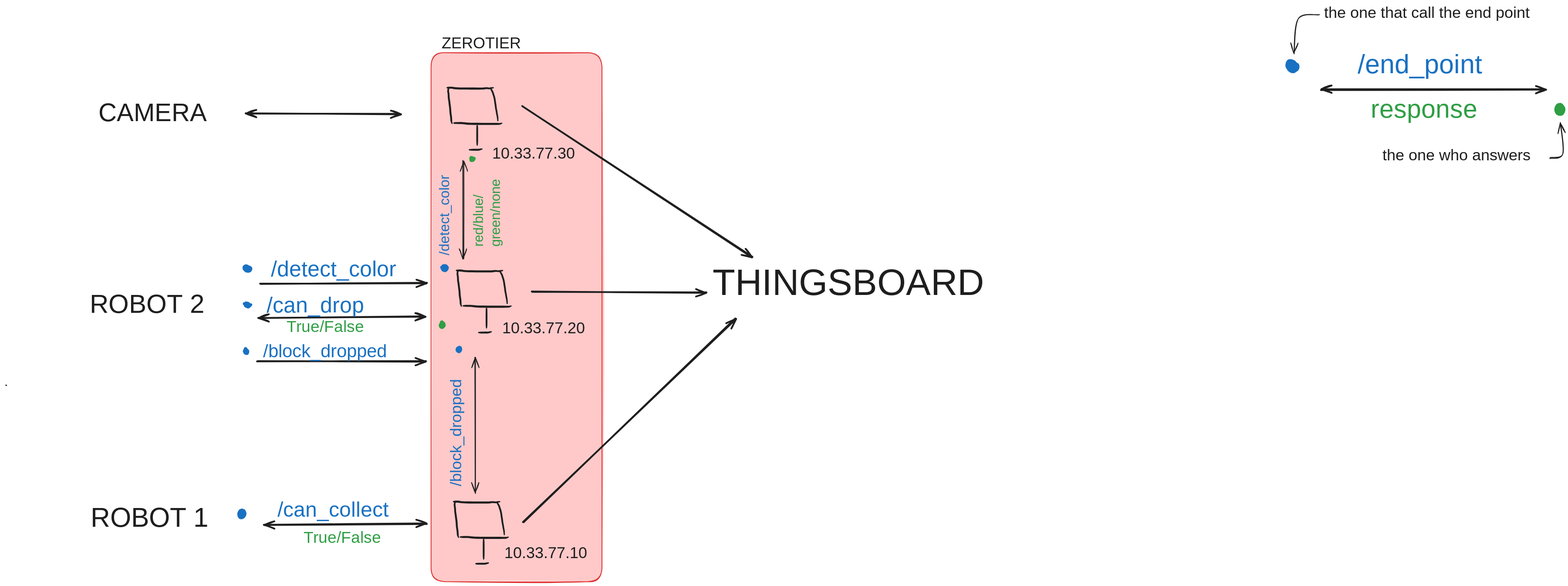
This is docs/_sheme/data-flow.excalidraw.svg from ErPollo07/ProgettoRobotica, a Excalidraw export, as it was before one commit. Source tidied: one line per element, renumbered; positions are measured from the earlier drawing's top-left corner, leaving out a move shared by most shapes.
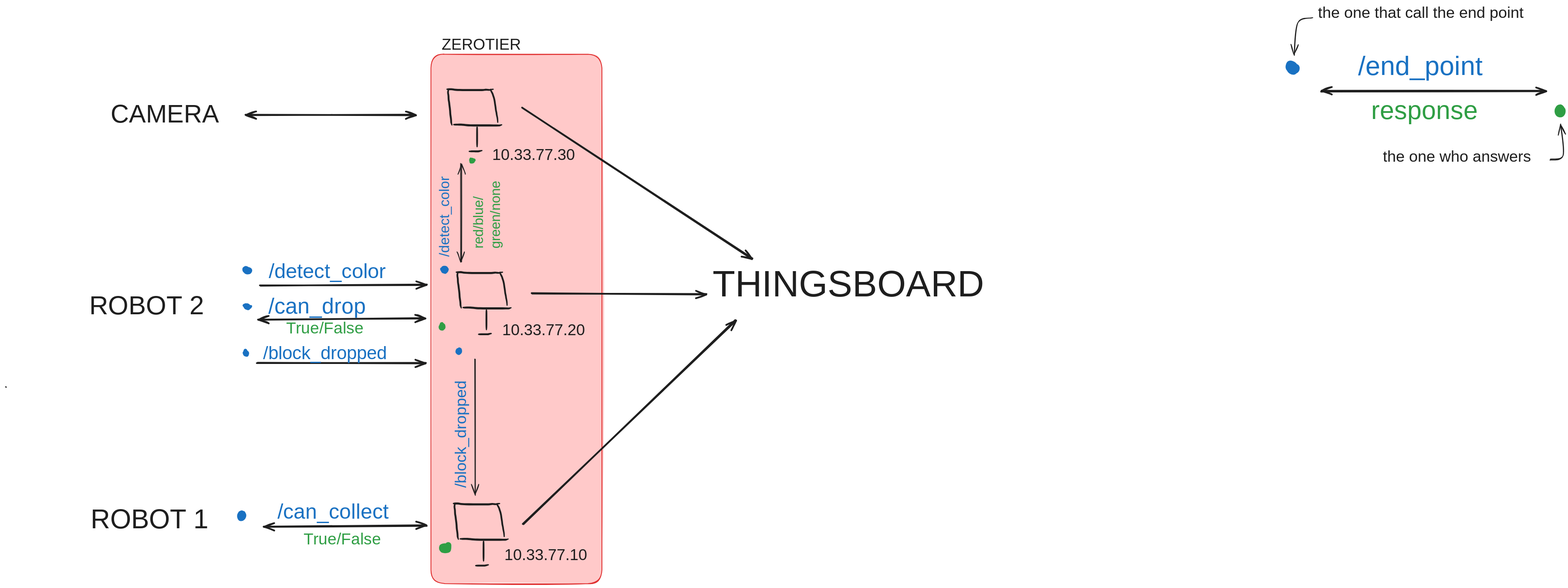
Later version of the same file.

Diff of the diagram source:
```diff
@@ -6,7 +6,7 @@
 {"id": 5, "type": "freedraw", "strokeColor": "#1e1e1e", "strokeWidth": 1, "roughness": 1, "x": 1079, "y": 337, "width": 30, "height": 2, "points": [[0, 0], [2, 0], [4, 0], [6, 0], [10, 0], [12, 0], [14, 0], [18, 0], [22, 0], [24, 0], [28, -2], [30, -2], [30, -2]]}
 {"id": 6, "type": "freedraw", "strokeColor": "#1e1e1e", "strokeWidth": 1, "roughness": 1, "x": 1129, "y": 197, "width": 18, "height": 78, "points": [[0, 0], [0, -2], [-2, -2], [-2, -4], [0, -4], [0, -2], [0, 0], [2, 0], [2, 4], [6, 10], [6, 14], [8, 18], [10, 28], [10, 34], [12, 44], [12, 50], [14, 54], [14, 60], [16, 66], [16, 70], [16, 74], [16, 74]]}
 {"id": 7, "type": "freedraw", "strokeColor": "#1e1e1e", "strokeWidth": 1, "roughness": 1, "x": 4, "y": 884, "width": 4, "height": 1, "points": [[0, 0], [-1, 0], [-3, -1], [-4, -1], [-3, -1], [0, 0]]}
-{"id": 8, "type": "arrow", "strokeColor": "#1e1e1e", "strokeWidth": 4, "roughness": 1, "startArrowhead": "arrow", "endArrowhead": "arrow", "round": true, "x": 561, "y": 253, "width": 358, "height": 1, "points": [[0, 0], [358, 1]]}
+{"id": 8, "type": "arrow", "strokeColor": "#1e1e1e", "strokeWidth": 4, "roughness": 1, "startArrowhead": "arrow", "endArrowhead": "arrow", "round": true, "x": 561, "y": 253, "width": 393, "height": 0, "points": [[0, 0], [393, 0]]}
 {"id": 9, "type": "freedraw", "strokeColor": "#1e1e1e", "strokeWidth": 1, "roughness": 1, "x": 1053, "y": 618, "width": 10, "height": 84, "points": [[0, 0], [0, 2], [-2, 4], [-2, 6], [-2, 12], [0, 16], [0, 20], [0, 30], [2, 34], [2, 40], [4, 52], [4, 58], [4, 62], [6, 72], [6, 74], [6, 78], [6, 80], [8, 84], [8, 84]]}
 {"id": 10, "type": "freedraw", "strokeColor": "#1e1e1e", "strokeWidth": 1, "roughness": 1, "x": 1049, "y": 618, "width": 110, "height": 4, "points": [[0, 0], [0, -2], [-2, -2], [0, 0], [2, 0], [4, 0], [12, 0], [16, 0], [20, 2], [32, 2], [38, 2], [46, 2], [60, 2], [66, 2], [74, 2], [84, 2], [90, 2], [94, 0], [100, 2], [102, 2], [104, 0], [106, 0], [108, 0], [108, 0]]}
 {"id": 11, "type": "freedraw", "strokeColor": "#1e1e1e", "strokeWidth": 1, "roughness": 1, "x": 1065, "y": 700, "width": 112, "height": 4, "points": [[0, 0], [2, -2], [4, 0], [6, 0], [8, 0], [14, 0], [18, 0], [22, 0], [34, 2], [40, 2], [48, 2], [56, 2], [70, 2], [78, 2], [84, 2], [96, 2], [100, 2], [108, 2], [110, 2], [112, 0], [112, 0]]}
@@ -25,13 +25,13 @@
 {"id": 24, "type": "arrow", "strokeColor": "#1e1e1e", "strokeWidth": 4, "roughness": 1, "startArrowhead": "arrow", "endArrowhead": "arrow", "round": true, "to": 0, "x": 602, "y": 1207, "width": 378, "height": 3, "points": [[0, 0], [378, -3]]}
 {"id": 25, "type": "text", "text": "/can_collect", "strokeColor": "#1971c2", "strokeWidth": 1, "roughness": 1, "fontSize": 48.8, "fontFamily": 5, "x": 633, "y": 1146, "width": 298, "height": 61}
 {"id": 26, "type": "text", "text": "True/False", "strokeColor": "#2f9e44", "strokeWidth": 1, "roughness": 1, "fontSize": 37.25, "fontFamily": 5, "x": 694, "y": 1216, "width": 198, "height": 47}
-{"id": 27, "type": "text", "text": "/detect_color", "strokeColor": "#1971c2", "strokeWidth": 1, "roughness": 1, "fontSize": 50.85, "fontFamily": 5, "x": 618, "y": 586, "width": 360, "height": 64}
+{"id": 27, "type": "text", "text": "/detect_color", "strokeColor": "#1971c2", "strokeWidth": 1, "roughness": 1, "fontSize": 47.91, "fontFamily": 5, "x": 614, "y": 589, "width": 339, "height": 60}
-{"id": 28, "type": "text", "text": "/can_drop", "strokeColor": "#1971c2", "strokeWidth": 1, "roughness": 1, "fontSize": 50.17, "fontFamily": 5, "x": 608, "y": 671, "width": 248, "height": 63}
+{"id": 28, "type": "text", "text": "/can_drop", "strokeColor": "#1971c2", "strokeWidth": 1, "roughness": 1, "fontSize": 50.17, "fontFamily": 5, "x": 613, "y": 669, "width": 248, "height": 63}
 {"id": 29, "type": "text", "text": "True/False", "strokeColor": "#2f9e44", "strokeWidth": 1, "roughness": 1, "fontSize": 37.25, "fontFamily": 5, "x": 654, "y": 727, "width": 198, "height": 47}
 {"id": 30, "type": "text", "text": "/block_dropped", "strokeColor": "#1971c2", "strokeWidth": 1, "roughness": 1, "fontSize": 42.83, "fontFamily": 5, "x": 600, "y": 781, "width": 320, "height": 54}
 {"id": 31, "type": "text", "text": "ROBOT 2", "strokeColor": "#1e1e1e", "strokeWidth": 1, "roughness": 1, "fontSize": 60.64, "fontFamily": 5, "x": 197, "y": 662, "width": 300, "height": 76}
-{"id": 32, "type": "text", "text": "CAMERA", "strokeColor": "#1e1e1e", "strokeWidth": 1, "roughness": 1, "fontSize": 58.16, "fontFamily": 5, "x": 218, "y": 219, "width": 242, "height": 73}
+{"id": 32, "type": "text", "text": "CAMERA", "strokeColor": "#1e1e1e", "strokeWidth": 1, "roughness": 1, "fontSize": 58.16, "fontFamily": 5, "x": 247, "y": 219, "width": 242, "height": 73}
-{"id": 33, "type": "arrow", "strokeColor": "#1e1e1e", "strokeWidth": 2, "roughness": 1, "startArrowhead": "arrow", "endArrowhead": "arrow", "round": true, "x": 1064, "y": 590, "width": 0, "height": 228, "points": [[0, 0], [0, -228]]}
+{"id": 33, "type": "arrow", "strokeColor": "#1e1e1e", "strokeWidth": 2, "roughness": 1, "startArrowhead": "arrow", "endArrowhead": "arrow", "round": true, "x": 1059, "y": 593, "width": 0, "height": 228, "points": [[0, 0], [0, -228]]}
 {"id": 34, "type": "freedraw", "strokeColor": "#1971c2", "strokeWidth": 2, "roughness": 1, "x": 566, "y": 615, "width": 16, "height": 12, "points": [[0, 0], [-2, 2], [-4, -2], [-2, -6], [2, -6], [6, -2], [4, 2], [2, 4], [-2, 4], [-6, 4], [-8, 0], [-10, -2], [-10, -6], [-6, -8], [-2, -8], [0, -4], [0, 0], [-2, 4], [-6, 4], [-8, 0], [-8, -4], [-6, -8], [-4, -6], [-4, -2], [-6, 0], [-10, 0], [0, 0]]}
 {"id": 35, "type": "freedraw", "strokeColor": "#1971c2", "strokeWidth": 2, "roughness": 1, "x": 572, "y": 697, "width": 16, "height": 10, "points": [[0, 0], [-2, 2], [-4, 4], [-6, 4], [-8, 2], [-6, 0], [-4, -2], [-4, 2], [-6, 4], [-10, 2], [-12, -2], [-10, -4], [-6, -4], [-4, 0], [-4, 4], [-6, 6], [-10, 6], [-12, 2], [-14, -2], [-10, -4], [-8, 0], [-10, 4], [-14, 0], [-12, -2], [-10, -2], [-8, 2], [-10, 4], [-14, 2], [-14, -2], [-14, -2], [-10, 0], [-10, 4], [-14, 2], [0, 0]]}
 {"id": 36, "type": "freedraw", "strokeColor": "#1971c2", "strokeWidth": 2, "roughness": 1, "x": 564, "y": 809, "width": 12, "height": 12, "points": [[0, 0], [-2, 0], [-2, -2], [-2, -4], [-2, -2], [-2, 0], [-2, 2], [-4, 2], [-6, 0], [-6, -2], [-8, -2], [-8, -4], [-8, -6], [-6, -8], [-4, -8], [-2, -6], [0, -6], [0, -4], [2, -2], [0, -2], [0, 0], [-2, 0], [-2, -2], [-4, -2], [-6, -4], [-6, -6], [-6, -8], [-6, -10], [-4, -10], [-4, -8], [-2, -8], [-2, -6], [0, -6], [0, -4], [0, -2], [0, 0], [0, 2], [-2, 2], [-4, 2], [-4, 0], [-6, 0], [-8, -2], [-8, -4], [-10, -4], [-10, -6], [-8, -6], [0, 0]]}
@@ -44,9 +44,9 @@
 {"id": 43, "type": "text", "text": "/detect_color", "strokeColor": "#1971c2", "angle": 4.71, "strokeWidth": 2, "roughness": 1, "fontSize": 32.38, "fontFamily": 5, "x": 913, "y": 451, "width": 221, "height": 40}
 {"id": 44, "type": "text", "text": "red/blue/\ngreen/none", "strokeColor": "#2f9e44", "angle": 4.71, "strokeWidth": 2, "roughness": 1, "fontSize": 31.67, "fontFamily": 5, "x": 1038, "y": 439, "width": 168, "height": 79}
 {"id": 45, "type": "text", "text": "ROBOT 1", "strokeColor": "#1e1e1e", "strokeWidth": 1, "roughness": 1, "fontSize": 62.74, "fontFamily": 5, "x": 200, "y": 1156, "width": 293, "height": 78}
-{"id": 46, "type": "arrow", "strokeColor": "#1e1e1e", "strokeWidth": 2, "roughness": 1, "startArrowhead": "arrow", "endArrowhead": "arrow", "round": true, "x": 1092, "y": 819, "width": 0, "height": 316, "points": [[0, 0], [0, 316]]}
+{"id": 46, "type": "arrow", "strokeColor": "#1e1e1e", "strokeWidth": 2, "roughness": 1, "endArrowhead": "arrow", "round": true, "x": 1092, "y": 819, "width": 0, "height": 316, "points": [[0, 0], [0, 316]]}
 {"id": 47, "type": "freedraw", "strokeColor": "#1971c2", "strokeWidth": 2, "roughness": 1, "x": 1054, "y": 797, "width": 10, "height": 14, "points": [[0, 0], [2, -2], [0, 0], [0, -4], [4, -2], [6, 2], [4, 6], [2, 8], [0, 10], [-2, 8], [-4, 6], [-4, 2], [-2, 0], [2, 0], [4, 4], [4, 8], [2, 10], [0, 8], [-2, 6], [-2, 2], [2, 2], [4, 6], [0, 8], [-2, 8], [-4, 6], [0, 0]]}
-{"id": 48, "type": "text", "text": "/block_dropped", "strokeColor": "#1971c2", "angle": 4.71, "strokeWidth": 2, "roughness": 1, "fontSize": 36, "fontFamily": 5, "x": 916, "y": 961, "width": 269, "height": 45}
+{"id": 48, "type": "text", "text": "/block_dropped", "strokeColor": "#1971c2", "angle": 4.71, "strokeWidth": 2, "roughness": 1, "fontSize": 36, "fontFamily": 5, "x": 927, "y": 961, "width": 269, "height": 45}
 {"id": 49, "type": "text", "text": "THINGSBOARD", "strokeColor": "#1e1e1e", "strokeWidth": 2, "roughness": 1, "fontSize": 85.6, "fontFamily": 5, "x": 1643, "y": 599, "width": 662, "height": 107}
 {"id": 50, "type": "arrow", "strokeColor": "#1e1e1e", "strokeWidth": 4, "roughness": 1, "endArrowhead": "arrow", "round": true, "to": 49, "x": 1201, "y": 236, "width": 535, "height": 349, "points": [[0, 0], [535, 349]]}
 {"id": 51, "type": "arrow", "strokeColor": "#1e1e1e", "strokeWidth": 4, "roughness": 1, "endArrowhead": "arrow", "round": true, "to": 49, "x": 1224, "y": 667, "width": 405, "height": 1, "points": [[0, 0], [405, 1]]}
@@ -56,11 +56,12 @@
 {"id": 55, "type": "text", "text": "response", "strokeColor": "#2f9e44", "strokeWidth": 4, "roughness": 1, "fontSize": 60, "fontFamily": 5, "x": 3171, "y": 210, "width": 253, "height": 75}
 {"id": 56, "type": "freedraw", "strokeColor": "#2f9e44", "strokeWidth": 4, "roughness": 1, "x": 3606, "y": 246, "width": 12, "height": 16, "points": [[0, 0], [0, -4], [2, -6], [4, -8], [8, -8], [10, -4], [10, 0], [8, 4], [4, 6], [0, 4], [-2, 0], [-2, -4], [0, -8], [2, -10], [6, -10], [8, -4], [8, 0], [6, 2], [4, 4], [2, 0], [2, -4], [2, -8], [4, -10], [6, -8], [6, -4], [0, 0]]}
 {"id": 57, "type": "freedraw", "strokeColor": "#1971c2", "strokeWidth": 4, "roughness": 1, "x": 2994, "y": 142, "width": 18, "height": 16, "points": [[0, 0], [-2, 2], [-4, 0], [-2, -2], [0, -4], [2, 0], [4, 2], [2, 6], [-2, 8], [-8, 8], [-10, 6], [-12, 0], [-14, -4], [-12, -6], [-8, -6], [-4, -4], [-2, -2], [0, 4], [0, 8], [-2, 10], [-6, 10], [-10, 6], [-12, 2], [-12, -2], [-10, -4], [-10, 0]]}
-{"id": 58, "type": "text", "text": "the one that call the end point", "strokeColor": "#1e1e1e", "strokeWidth": 1, "roughness": 1, "fontSize": 36, "fontFamily": 5, "x": 3062, "y": 0, "width": 550, "height": 45}
+{"id": 58, "type": "text", "text": "the one that call the end point", "strokeColor": "#1e1e1e", "strokeWidth": 1, "roughness": 1, "fontSize": 36, "fontFamily": 5, "x": 3048, "y": -3, "width": 550, "height": 45}
-{"id": 59, "type": "arrow", "strokeColor": "#1e1e1e", "strokeWidth": 2, "roughness": 1, "endArrowhead": "arrow", "round": true, "from": 58, "x": 3050, "y": 23, "width": 58, "height": 91, "points": [[0, 0], [-48, 11], [-58, 91]]}
+{"id": 59, "type": "arrow", "strokeColor": "#1e1e1e", "strokeWidth": 2, "roughness": 1, "endArrowhead": "arrow", "round": true, "from": 58, "x": 3034, "y": 27, "width": 42, "height": 87, "points": [[0, 0], [-33, 14], [-42, 87]]}
 {"id": 60, "type": "text", "text": "the one who answers", "strokeColor": "#1e1e1e", "strokeWidth": 2, "roughness": 1, "fontSize": 36, "fontFamily": 5, "x": 3198, "y": 330, "width": 368, "height": 45}
 {"id": 61, "type": "arrow", "strokeColor": "#1e1e1e", "strokeWidth": 2, "roughness": 1, "endArrowhead": "arrow", "round": true, "from": 60, "x": 3586, "y": 356, "width": 30, "height": 82, "points": [[0, 0], [30, -10], [24, -82]]}
 {"id": 62, "type": "text", "text": "10.33.77.10", "strokeColor": "#1e1e1e", "backgroundColor": "#ffc9c9", "fillStyle": "solid", "strokeWidth": 2, "roughness": 1, "fontSize": 36, "fontFamily": 5, "x": 1160, "y": 1253, "width": 191, "height": 45}
 {"id": 63, "type": "text", "text": "10.33.77.20", "strokeColor": "#1e1e1e", "backgroundColor": "#ffc9c9", "fillStyle": "solid", "strokeWidth": 2, "roughness": 1, "fontSize": 36, "fontFamily": 5, "x": 1155, "y": 732, "width": 200, "height": 45}
 {"id": 64, "type": "text", "text": "10.33.77.30", "strokeColor": "#1e1e1e", "backgroundColor": "#ffc9c9", "fillStyle": "solid", "strokeWidth": 2, "roughness": 1, "fontSize": 36, "fontFamily": 5, "x": 1131, "y": 326, "width": 197, "height": 45}
 {"id": 65, "type": "text", "text": "ZEROTIER", "strokeColor": "#1e1e1e", "backgroundColor": "#ffc9c9", "fillStyle": "solid", "strokeWidth": 2, "roughness": 1, "fontSize": 36, "fontFamily": 5, "x": 1015, "y": 70, "width": 212, "height": 45}
+{"id": 66, "type": "freedraw", "strokeColor": "#2f9e44", "strokeWidth": 2, "roughness": 1, "x": 1027, "y": 1256, "width": 16, "height": 13, "points": [[0, 0], [-2, 0], [-3, 0], [-5, 0], [-5, 2], [-5, 3], [-3, 3], [-2, 3], [-2, 2], [-2, 0], [-2, 2], [0, 3], [2, 3], [3, 3], [3, 0], [3, -3], [2, -3], [0, -3], [-2, -3], [-3, -3], [-5, -3], [-6, -3], [-8, -3], [-10, -3], [-11, -2], [-13, -2], [-13, 0], [-13, 2], [-13, 3], [-11, 3], [-10, 6], [-8, 6], [-5, 6], [-3, 6], [-2, 6], [0, 6], [2, 6], [3, 6], [3, 5], [3, 3], [3, 2], [3, 0], [3, -2], [3, -3], [3, -5], [3, -6], [0, 0]]}
```
